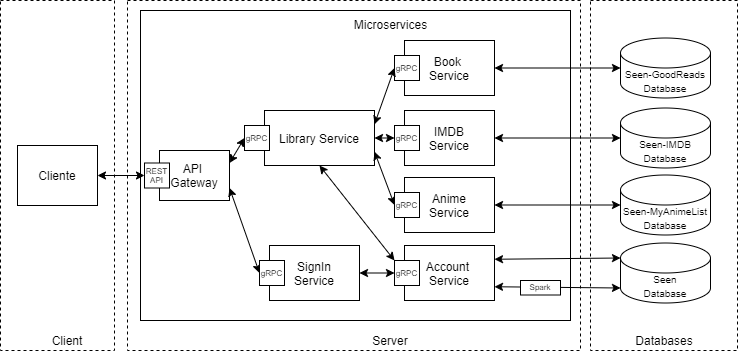
JotaFilip/cn-g keeps this draw.io diagram as app/api/report/images/CloudNativeAppArchitecture.png. Above is the earlier version. Source tidied: cells renumbered, new cells last; positions are measured from the earlier drawing's top-left corner, leaving out a move shared by most shapes.
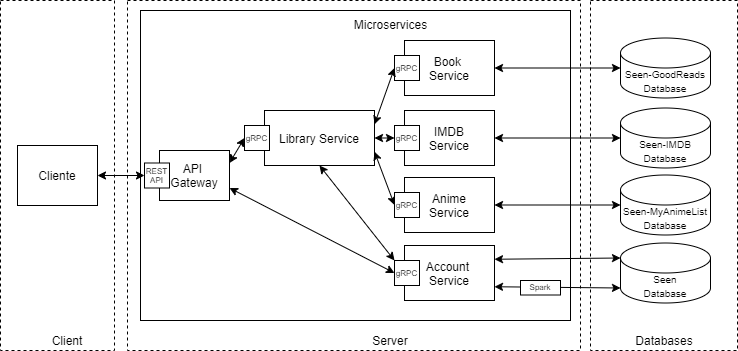
After the change.

The edit, as a diff of the source:
```diff
@@ -53,7 +53,7 @@
     <mxCell id="18" style="endArrow=classic;startArrow=classic;html=1;entryX=0;entryY=0.5;entryDx=0;entryDy=0;exitX=1;exitY=0.75;exitDx=0;exitDy=0;" parent="1" edge="1" source="31" target="33">
       <mxGeometry relative="1" as="geometry" />
     </mxCell>
-    <mxCell id="19" style="endArrow=classic;startArrow=classic;html=1;exitX=1;exitY=0.75;exitDx=0;exitDy=0;entryX=0;entryY=0.5;entryDx=0;entryDy=0;" parent="1" edge="1" source="7" target="40">
+    <mxCell id="19" style="endArrow=classic;startArrow=classic;html=1;exitX=1;exitY=0.75;exitDx=0;exitDy=0;entryX=0;entryY=0.5;entryDx=0;entryDy=0;" parent="1" edge="1" source="7" target="34">
       <mxGeometry relative="1" as="geometry" />
     </mxCell>
     <mxCell id="20" value="Client" style="text;html=1;strokeColor=none;fillColor=none;align=center;verticalAlign=middle;whiteSpace=wrap;rounded=0;" parent="1" vertex="1">
@@ -113,15 +113,6 @@
     <mxCell id="38" style="endArrow=classic;startArrow=classic;html=1;exitX=0.5;exitY=1;exitDx=0;exitDy=0;entryX=0;entryY=0;entryDx=0;entryDy=0;" parent="1" edge="1" source="31" target="34">
       <mxGeometry relative="1" as="geometry" />
     </mxCell>
-    <mxCell id="39" value="SignIn&lt;br&gt;Service" style="rounded=0;whiteSpace=wrap;html=1;fillColor=none;" parent="1" vertex="1">
-      <mxGeometry x="269" y="245" width="90" height="55" as="geometry" />
-    </mxCell>
-    <mxCell id="40" value="&lt;h6&gt;&lt;span style=&quot;font-size: 8px ; font-weight: 400&quot;&gt;gRPC&lt;/span&gt;&lt;br&gt;&lt;/h6&gt;" style="whiteSpace=wrap;html=1;align=center;" parent="1" vertex="1">
-      <mxGeometry x="259" y="260" width="25" height="25" as="geometry" />
-    </mxCell>
-    <mxCell id="41" style="endArrow=classic;startArrow=classic;html=1;exitX=1;exitY=0.5;exitDx=0;exitDy=0;entryX=0;entryY=0.5;entryDx=0;entryDy=0;" parent="1" edge="1" source="39" target="34">
-      <mxGeometry relative="1" as="geometry" />
-    </mxCell>
     <mxCell id="42" value="&lt;h6&gt;&lt;span style=&quot;font-size: 8px ; font-weight: 400&quot;&gt;Spark&lt;/span&gt;&lt;br&gt;&lt;/h6&gt;" style="whiteSpace=wrap;html=1;align=center;" parent="1" vertex="1">
       <mxGeometry x="520" y="280" width="40" height="14.5" as="geometry" />
     </mxCell>
```
